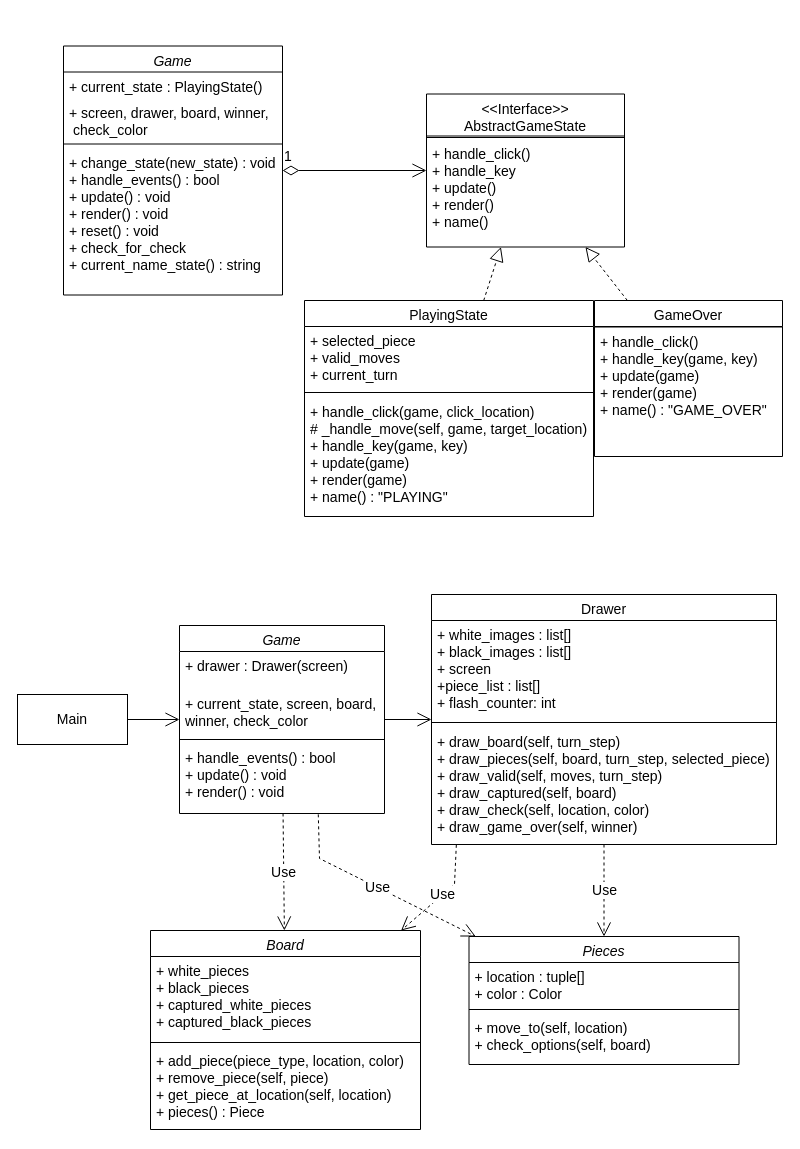
Before: page "diagrama State" (1 of 2) of diagrams/applied_design_patterns.drawio in arturdsilva/pygameChess, a draw.io diagram. Source tidied: cells renumbered, new cells numbered last; positions are measured from the earlier drawing's top-left corner, leaving out a move shared by most shapes. Both pictures are drawn from the tidied source at 100%, with x=0, y=0 at pixel (17, 46).
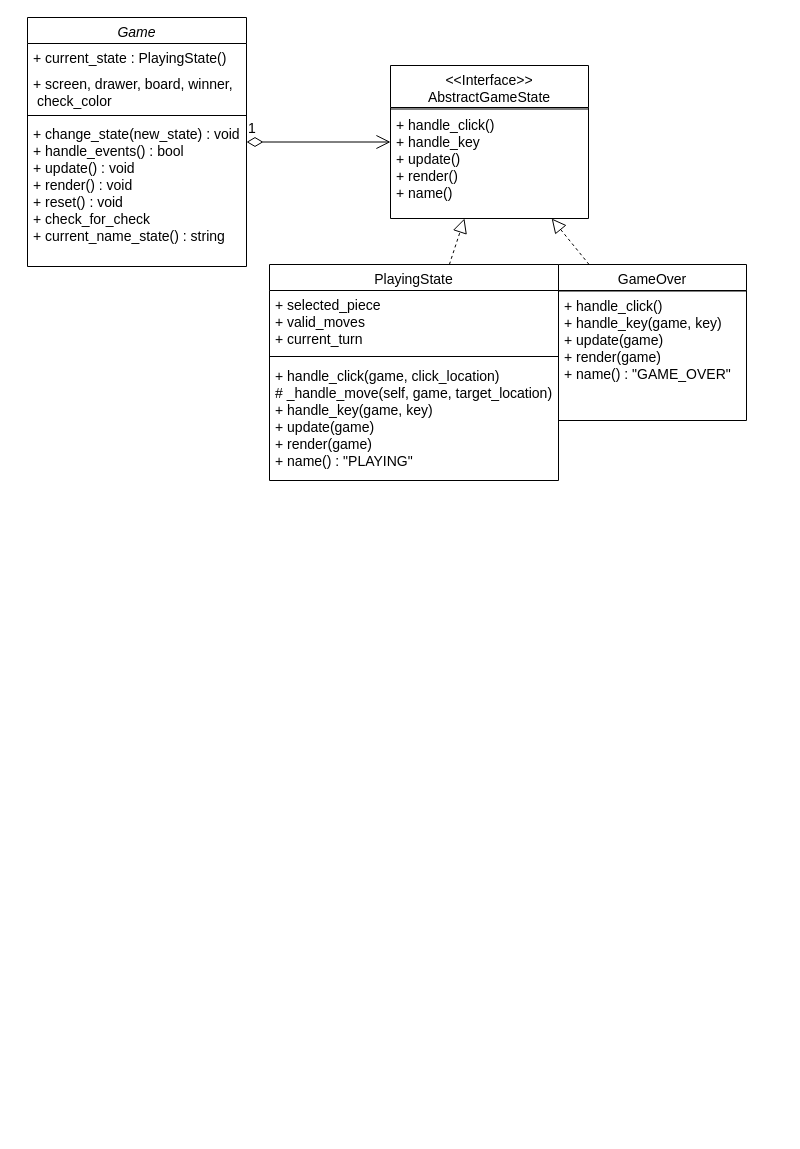
The same diagram, later.

Diff of the diagram source:
```diff
@@
-    <mxCell id="2" value="Game" style="swimlane;fontStyle=2;align=center;verticalAlign=top;horizontal=1;startSize=26;rounded=0;shadow=0;strokeWidth=1;labelBackgroundColor=none;fontSize=14;" parent="1" vertex="1">
-      <mxGeometry x="46" y="-0.5" width="219" height="249" as="geometry" />
-    </mxCell>
+    <mxCell id="44" value="Game" style="swimlane;fontStyle=2;align=center;verticalAlign=top;horizontal=1;startSize=26;rounded=0;shadow=0;strokeWidth=1;labelBackgroundColor=none;fontSize=14;" parent="1" vertex="1">
+      <mxGeometry x="10" y="-29" width="219" height="249" as="geometry" />
+    </mxCell>
-    <mxCell id="3" value="+ current_state : PlayingState()" style="text;align=left;verticalAlign=top;spacingLeft=4;spacingRight=4;overflow=hidden;labelBackgroundColor=none;fontSize=14;" parent="2" vertex="1">
+    <mxCell id="3" value="+ current_state : PlayingState()" style="text;align=left;verticalAlign=top;spacingLeft=4;spacingRight=4;overflow=hidden;labelBackgroundColor=none;fontSize=14;" parent="44" vertex="1">
       <mxGeometry y="26" width="219" height="26" as="geometry" />
     </mxCell>
-    <mxCell id="4" value="+ screen, drawer, board, winner,&#10; check_color" style="text;align=left;verticalAlign=top;spacingLeft=4;spacingRight=4;overflow=hidden;rounded=0;shadow=0;html=0;labelBackgroundColor=none;fontSize=14;" parent="2" vertex="1">
+    <mxCell id="4" value="+ screen, drawer, board, winner,&#10; check_color" style="text;align=left;verticalAlign=top;spacingLeft=4;spacingRight=4;overflow=hidden;rounded=0;shadow=0;html=0;labelBackgroundColor=none;fontSize=14;" parent="44" vertex="1">
       <mxGeometry y="52" width="219" height="42" as="geometry" />
     </mxCell>
-    <mxCell id="5" style="line;html=1;strokeWidth=1;align=left;verticalAlign=middle;spacingTop=-1;spacingLeft=3;spacingRight=3;labelPosition=right;labelBackgroundColor=none;fontSize=14;" parent="2" vertex="1">
+    <mxCell id="5" style="line;html=1;strokeWidth=1;align=left;verticalAlign=middle;spacingTop=-1;spacingLeft=3;spacingRight=3;labelPosition=right;labelBackgroundColor=none;fontSize=14;" parent="44" vertex="1">
       <mxGeometry y="94" width="219" height="8" as="geometry" />
     </mxCell>
-    <mxCell id="6" value="+ change_state(new_state) : void&#10;+ handle_events() : bool&#10;+ update() : void&#10;+ render() : void&#10;+ reset() : void &#10;+ check_for_check&#10;+ current_name_state() : string" style="text;align=left;verticalAlign=top;spacingLeft=4;spacingRight=4;overflow=hidden;labelBackgroundColor=none;fontSize=14;" parent="2" vertex="1">
+    <mxCell id="6" value="+ change_state(new_state) : void&#10;+ handle_events() : bool&#10;+ update() : void&#10;+ render() : void&#10;+ reset() : void &#10;+ check_for_check&#10;+ current_name_state() : string" style="text;align=left;verticalAlign=top;spacingLeft=4;spacingRight=4;overflow=hidden;labelBackgroundColor=none;fontSize=14;" parent="44" vertex="1">
       <mxGeometry y="102" width="219" height="147" as="geometry" />
     </mxCell>
-    <mxCell id="7" value="1" style="endArrow=open;html=1;endSize=12;startArrow=diamondThin;startSize=14;startFill=0;edgeStyle=orthogonalEdgeStyle;align=left;verticalAlign=bottom;rounded=0;labelBackgroundColor=none;fontColor=default;fontSize=14;" parent="1" edge="1" source="2" target="35">
+    <mxCell id="7" value="1" style="endArrow=open;html=1;endSize=12;startArrow=diamondThin;startSize=14;startFill=0;edgeStyle=orthogonalEdgeStyle;align=left;verticalAlign=bottom;rounded=0;labelBackgroundColor=none;fontColor=default;fontSize=14;" parent="1" edge="1" source="44" target="35">
       <mxGeometry x="-1" y="3" relative="1" as="geometry" />
     </mxCell>
     <mxCell id="8" value="PlayingState&#10;" style="swimlane;fontStyle=0;align=center;verticalAlign=top;horizontal=1;startSize=26;rounded=0;shadow=0;strokeWidth=1;labelBackgroundColor=none;fontSize=14;" parent="1" vertex="1">
-      <mxGeometry x="287" y="254" width="289" height="216" as="geometry" />
+      <mxGeometry x="252" y="218" width="289" height="216" as="geometry" />
     </mxCell>
@@
     <mxCell id="12" value="GameOver" style="swimlane;fontStyle=0;align=center;verticalAlign=top;horizontal=1;startSize=26;rounded=0;shadow=0;strokeWidth=1;labelBackgroundColor=none;fontSize=14;" parent="1" vertex="1">
-      <mxGeometry x="577" y="254" width="188" height="156" as="geometry" />
+      <mxGeometry x="541" y="218" width="188" height="156" as="geometry" />
     </mxCell>
@@
-    <mxCell id="17" value="Game" style="swimlane;fontStyle=2;align=center;verticalAlign=top;horizontal=1;startSize=26;rounded=0;shadow=0;strokeWidth=1;labelBackgroundColor=none;fontSize=14;" parent="1" vertex="1">
-      <mxGeometry x="162" y="579" width="205" height="188" as="geometry" />
-    </mxCell>
-    <mxCell id="18" value="+ drawer : Drawer(screen)" style="text;align=left;verticalAlign=top;spacingLeft=4;spacingRight=4;overflow=hidden;rounded=0;shadow=0;html=0;labelBackgroundColor=none;fontSize=14;" parent="17" vertex="1">
-      <mxGeometry y="26" width="205" height="38" as="geometry" />
-    </mxCell>
-    <mxCell id="19" value="+ current_state, screen, board,&#10;winner, check_color" style="text;align=left;verticalAlign=top;spacingLeft=4;spacingRight=4;overflow=hidden;labelBackgroundColor=none;fontSize=14;" parent="17" vertex="1">
-      <mxGeometry y="64" width="205" height="46" as="geometry" />
-    </mxCell>
-    <mxCell id="20" style="line;html=1;strokeWidth=1;align=left;verticalAlign=middle;spacingTop=-1;spacingLeft=3;spacingRight=3;labelPosition=right;labelBackgroundColor=none;fontSize=14;" parent="17" vertex="1">
-      <mxGeometry y="110" width="205" height="8" as="geometry" />
-    </mxCell>
-    <mxCell id="21" value="+ handle_events() : bool&#10;+ update() : void&#10;+ render() : void" style="text;align=left;verticalAlign=top;spacingLeft=4;spacingRight=4;overflow=hidden;points=[[0,0.5],[1,0.5]];portConstraint=eastwest;labelBackgroundColor=none;fontSize=14;" parent="17" vertex="1">
-      <mxGeometry y="118" width="205" height="69" as="geometry" />
-    </mxCell>
-    <mxCell id="22" value="Drawer" style="swimlane;fontStyle=0;align=center;verticalAlign=top;horizontal=1;startSize=26;rounded=0;shadow=0;strokeWidth=1;labelBackgroundColor=none;fontSize=14;" parent="1" vertex="1">
-      <mxGeometry x="414" y="548" width="345" height="250" as="geometry" />
-    </mxCell>
-    <mxCell id="23" value="+ white_images : list[]&#10;+ black_images : list[]&#10;+ screen&#10;+piece_list : list[]&#10;+ flash_counter: int" style="text;align=left;verticalAlign=top;spacingLeft=4;spacingRight=4;overflow=hidden;labelBackgroundColor=none;fontSize=14;" parent="22" vertex="1">
-      <mxGeometry y="26" width="345" height="97" as="geometry" />
-    </mxCell>
-    <mxCell id="24" style="line;html=1;strokeWidth=1;align=left;verticalAlign=middle;spacingTop=-1;spacingLeft=3;spacingRight=3;labelPosition=right;labelBackgroundColor=none;fontSize=14;" parent="22" vertex="1">
-      <mxGeometry y="123" width="345" height="10" as="geometry" />
-    </mxCell>
-    <mxCell id="25" value="+ draw_board(self, turn_step)&#10;+ draw_pieces(self, board, turn_step, selected_piece)&#10;+ draw_valid(self, moves, turn_step)&#10;+ draw_captured(self, board)&#10;+ draw_check(self, location, color)&#10;+ draw_game_over(self, winner)" style="text;align=left;verticalAlign=top;spacingLeft=4;spacingRight=4;overflow=hidden;points=[[0,0.5],[1,0.5]];portConstraint=eastwest;labelBackgroundColor=none;fontSize=14;" parent="22" vertex="1">
-      <mxGeometry y="133" width="345" height="117" as="geometry" />
-    </mxCell>
-    <mxCell id="26" style="endArrow=open;endFill=1;endSize=12;html=1;rounded=0;labelBackgroundColor=none;fontColor=default;fontSize=14;" parent="1" edge="1" source="17" target="22">
-      <mxGeometry relative="1" as="geometry" />
-    </mxCell>
-    <mxCell id="27" value="Main" style="html=1;whiteSpace=wrap;labelBackgroundColor=none;fontSize=14;" parent="1" vertex="1">
-      <mxGeometry y="648" width="110" height="50" as="geometry" />
-    </mxCell>
-    <mxCell id="28" style="endArrow=open;endFill=1;endSize=12;html=1;rounded=0;labelBackgroundColor=none;fontColor=default;fontSize=14;" parent="1" edge="1" source="27" target="17">
-      <mxGeometry relative="1" as="geometry" />
-    </mxCell>
-    <mxCell id="29" value="Board" style="swimlane;fontStyle=2;align=center;verticalAlign=top;horizontal=1;startSize=26;rounded=0;shadow=0;strokeWidth=1;labelBackgroundColor=none;fontSize=14;" parent="1" vertex="1">
-      <mxGeometry x="133" y="884" width="270" height="199" as="geometry" />
-    </mxCell>
-    <mxCell id="30" value="+ white_pieces&#10;+ black_pieces&#10;+ captured_white_pieces&#10;+ captured_black_pieces" style="text;align=left;verticalAlign=top;spacingLeft=4;spacingRight=4;overflow=hidden;rounded=0;shadow=0;html=0;labelBackgroundColor=none;fontSize=14;" parent="29" vertex="1">
-      <mxGeometry y="26" width="270" height="82" as="geometry" />
-    </mxCell>
-    <mxCell id="31" style="line;html=1;strokeWidth=1;align=left;verticalAlign=middle;spacingTop=-1;spacingLeft=3;spacingRight=3;labelPosition=right;labelBackgroundColor=none;fontSize=14;" parent="29" vertex="1">
-      <mxGeometry y="108" width="270" height="8" as="geometry" />
-    </mxCell>
-    <mxCell id="32" value="+ add_piece(piece_type, location, color)&#10;+ remove_piece(self, piece)&#10;+ get_piece_at_location(self, location)&#10;+ pieces() : Piece" style="text;align=left;verticalAlign=top;spacingLeft=4;spacingRight=4;overflow=hidden;labelBackgroundColor=none;fontSize=14;" parent="29" vertex="1">
-      <mxGeometry y="116" width="270" height="83" as="geometry" />
-    </mxCell>
-    <mxCell id="33" value="Use" style="endArrow=open;endSize=12;dashed=1;html=1;rounded=0;fontSize=14;" parent="1" edge="1" source="17" target="29">
-      <mxGeometry relative="1" as="geometry" />
-    </mxCell>
-    <mxCell id="34" value="Use" style="endArrow=open;endSize=12;dashed=1;html=1;rounded=0;fontSize=14;exitX=0.072;exitY=1.003;exitDx=0;exitDy=0;exitPerimeter=0;" parent="1" edge="1" source="25" target="29">
-      <mxGeometry relative="1" as="geometry">
-        <Array as="points">
-          <mxPoint x="437" y="838" />
-        </Array>
-      </mxGeometry>
-    </mxCell>
     <mxCell id="35" value="&lt;&lt;Interface&gt;&gt;&#10;AbstractGameState&#10;&#10;" style="swimlane;fontStyle=0;align=center;verticalAlign=top;horizontal=1;startSize=42;rounded=0;shadow=0;strokeWidth=1;labelBackgroundColor=none;fontSize=14;" parent="1" vertex="1">
-      <mxGeometry x="409" y="47.5" width="198" height="153" as="geometry" />
+      <mxGeometry x="373" y="19" width="198" height="153" as="geometry" />
     </mxCell>
@@
-    <mxCell id="38" value="Pieces" style="swimlane;fontStyle=2;align=center;verticalAlign=top;horizontal=1;startSize=26;rounded=0;shadow=0;strokeWidth=1;labelBackgroundColor=none;fontSize=14;" parent="1" vertex="1">
-      <mxGeometry x="451.5" y="890" width="270" height="128" as="geometry" />
-    </mxCell>
-    <mxCell id="39" value="+ location : tuple[]&#10;+ color : Color" style="text;align=left;verticalAlign=top;spacingLeft=4;spacingRight=4;overflow=hidden;rounded=0;shadow=0;html=0;labelBackgroundColor=none;fontSize=14;" parent="38" vertex="1">
-      <mxGeometry y="26" width="270" height="43" as="geometry" />
-    </mxCell>
-    <mxCell id="40" style="line;html=1;strokeWidth=1;align=left;verticalAlign=middle;spacingTop=-1;spacingLeft=3;spacingRight=3;labelPosition=right;labelBackgroundColor=none;fontSize=14;" parent="38" vertex="1">
-      <mxGeometry y="69" width="270" height="8" as="geometry" />
-    </mxCell>
-    <mxCell id="41" value="+ move_to(self, location)&#10;+ check_options(self, board) " style="text;align=left;verticalAlign=top;spacingLeft=4;spacingRight=4;overflow=hidden;labelBackgroundColor=none;fontSize=14;" parent="38" vertex="1">
-      <mxGeometry y="77" width="270" height="49" as="geometry" />
-    </mxCell>
-    <mxCell id="42" value="Use" style="endArrow=open;endSize=12;dashed=1;html=1;rounded=0;fontSize=14;exitX=0.677;exitY=1.027;exitDx=0;exitDy=0;exitPerimeter=0;" parent="1" edge="1" source="21" target="38">
-      <mxGeometry relative="1" as="geometry">
-        <Array as="points">
-          <mxPoint x="302" y="812" />
-        </Array>
-      </mxGeometry>
-    </mxCell>
-    <mxCell id="43" value="Use" style="endArrow=open;endSize=12;dashed=1;html=1;rounded=0;fontSize=14;" parent="1" edge="1" source="22" target="38">
-      <mxGeometry relative="1" as="geometry" />
-    </mxCell>
```
